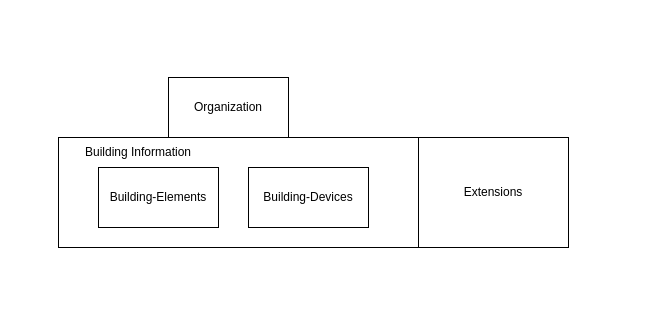
Earlier version of the draw.io diagram BIGG/UML/summary.drawio (biggproject/Ontology). Source tidied: cells renumbered, new cells numbered last; positions are measured from the earlier drawing's top-left corner, leaving out a move shared by most shapes. Both pictures are drawn from the tidied source at 100%, with x=0, y=0 at pixel (58, 77).
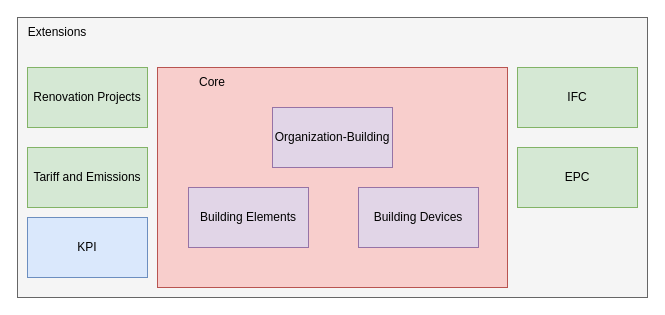
After the change.

Commit message (it also covers changes not shown here):
updated kpi extensions

What changed in the source:
```diff
@@
 <mxGraphModel>
   <root>
     <mxCell id="0" />
     <mxCell id="1" parent="0" />
+    <mxCell id="7" style="rounded=0;whiteSpace=wrap;html=1;fillColor=#f5f5f5;fontColor=#333333;strokeColor=#666666;" parent="1" vertex="1">
+      <mxGeometry x="-41" y="-60" width="630" height="280" as="geometry" />
+    </mxCell>
-    <mxCell id="2" style="rounded=0;whiteSpace=wrap;html=1;" parent="1" vertex="1">
-      <mxGeometry y="60" width="360" height="110" as="geometry" />
+    <mxCell id="2" style="rounded=0;whiteSpace=wrap;html=1;fillColor=#f8cecc;strokeColor=#b85450;" parent="1" vertex="1">
+      <mxGeometry x="99" y="-10" width="350" height="220" as="geometry" />
     </mxCell>
-    <mxCell id="3" value="Organization" style="rounded=0;whiteSpace=wrap;html=1;" parent="1" vertex="1">
-      <mxGeometry x="110" width="120" height="60" as="geometry" />
+    <mxCell id="3" value="Organization-Building" style="rounded=0;whiteSpace=wrap;html=1;fillColor=#e1d5e7;strokeColor=#9673a6;" parent="1" vertex="1">
+      <mxGeometry x="214" y="30" width="120" height="60" as="geometry" />
     </mxCell>
-    <mxCell id="4" value="Building-Devices" style="rounded=0;whiteSpace=wrap;html=1;" parent="1" vertex="1">
-      <mxGeometry x="190" y="90" width="120" height="60" as="geometry" />
+    <mxCell id="4" value="Building Devices" style="rounded=0;whiteSpace=wrap;html=1;fillColor=#e1d5e7;strokeColor=#9673a6;" parent="1" vertex="1">
+      <mxGeometry x="300" y="110" width="120" height="60" as="geometry" />
     </mxCell>
-    <mxCell id="5" value="Building-Elements" style="rounded=0;whiteSpace=wrap;html=1;" parent="1" vertex="1">
-      <mxGeometry x="40" y="90" width="120" height="60" as="geometry" />
+    <mxCell id="5" value="Building Elements" style="rounded=0;whiteSpace=wrap;html=1;fillColor=#e1d5e7;strokeColor=#9673a6;" parent="1" vertex="1">
+      <mxGeometry x="130" y="110" width="120" height="60" as="geometry" />
     </mxCell>
-    <mxCell id="6" value="Building Information" style="text;html=1;strokeColor=none;fillColor=none;align=center;verticalAlign=middle;whiteSpace=wrap;rounded=0;" parent="1" vertex="1">
-      <mxGeometry y="60" width="160" height="30" as="geometry" />
+    <mxCell id="6" value="Core" style="text;html=1;strokeColor=none;fillColor=none;align=center;verticalAlign=middle;whiteSpace=wrap;rounded=0;" parent="1" vertex="1">
+      <mxGeometry x="99" y="-10" width="110" height="30" as="geometry" />
     </mxCell>
-    <mxCell id="7" value="Extensions" style="rounded=0;whiteSpace=wrap;html=1;" parent="1" vertex="1">
-      <mxGeometry x="360" y="60" width="150" height="110" as="geometry" />
-    </mxCell>
+    <mxCell id="8" value="Extensions" style="text;html=1;strokeColor=none;fillColor=none;align=center;verticalAlign=middle;whiteSpace=wrap;rounded=0;" parent="1" vertex="1">
+      <mxGeometry x="-31" y="-60" width="60" height="30" as="geometry" />
+    </mxCell>
+    <mxCell id="9" value="EPC" style="rounded=0;whiteSpace=wrap;html=1;fillColor=#d5e8d4;strokeColor=#82b366;" parent="1" vertex="1">
+      <mxGeometry x="459" y="70" width="120" height="60" as="geometry" />
+    </mxCell>
+    <mxCell id="10" value="IFC" style="rounded=0;whiteSpace=wrap;html=1;fillColor=#d5e8d4;strokeColor=#82b366;" parent="1" vertex="1">
+      <mxGeometry x="459" y="-10" width="120" height="60" as="geometry" />
+    </mxCell>
+    <mxCell id="11" value="Renovation Projects" style="rounded=0;whiteSpace=wrap;html=1;fillColor=#d5e8d4;strokeColor=#82b366;" parent="1" vertex="1">
+      <mxGeometry x="-31" y="-10" width="120" height="60" as="geometry" />
+    </mxCell>
+    <mxCell id="12" value="Tariff and Emissions" style="rounded=0;whiteSpace=wrap;html=1;fillColor=#d5e8d4;strokeColor=#82b366;" parent="1" vertex="1">
+      <mxGeometry x="-31" y="70" width="120" height="60" as="geometry" />
+    </mxCell>
+    <mxCell id="13" value="KPI" style="rounded=0;whiteSpace=wrap;html=1;fillColor=#dae8fc;strokeColor=#6c8ebf;" parent="1" vertex="1">
+      <mxGeometry x="-31" y="140" width="120" height="60" as="geometry" />
+    </mxCell>
   </root>
 </mxGraphModel>
```
